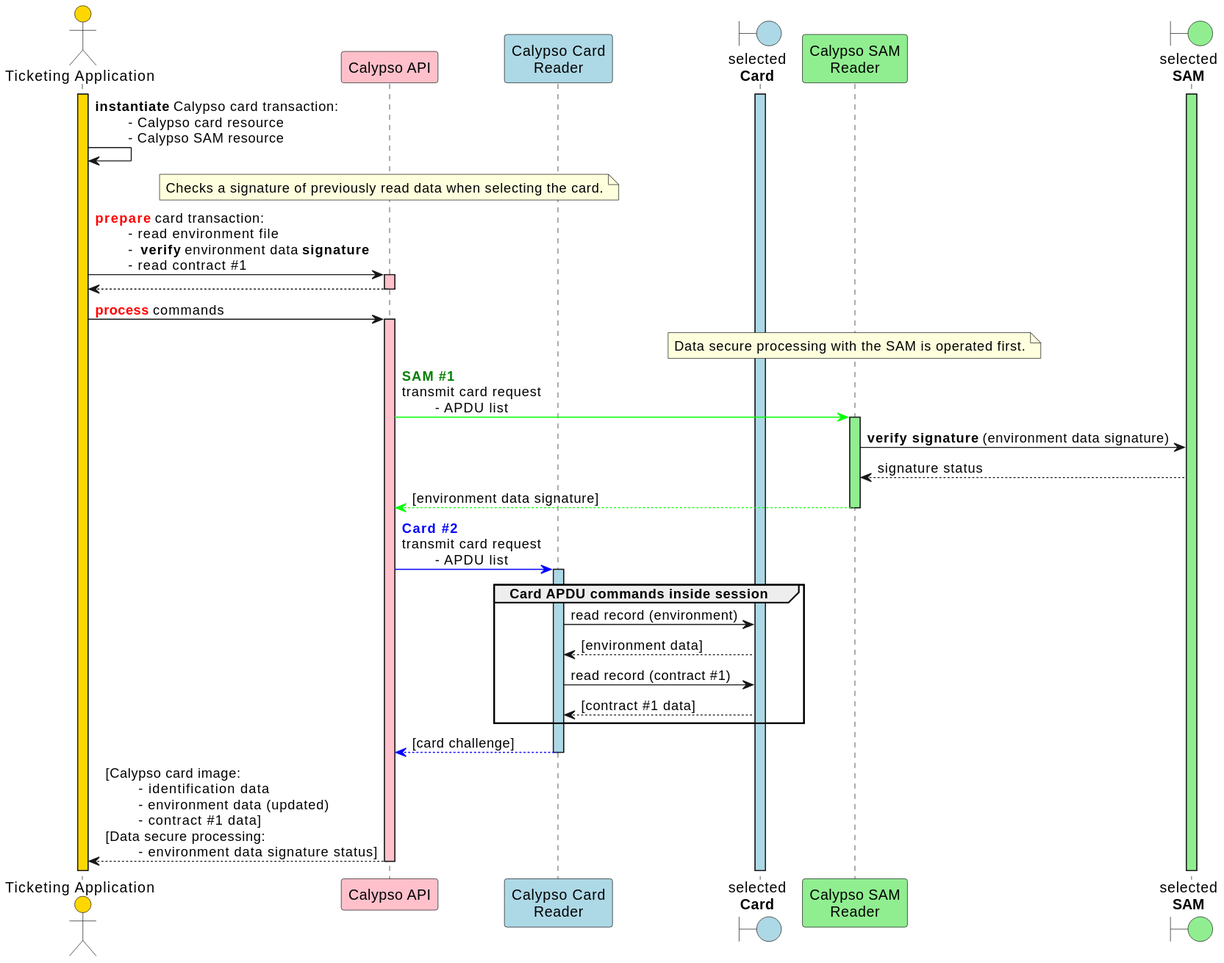
Before: static/media/apis/calypso_transaction_DSP_outside_session_sequence_diagram.svg, a diagram exported from PlantUML (calypsonet/calypsonet-terminal-api-website).
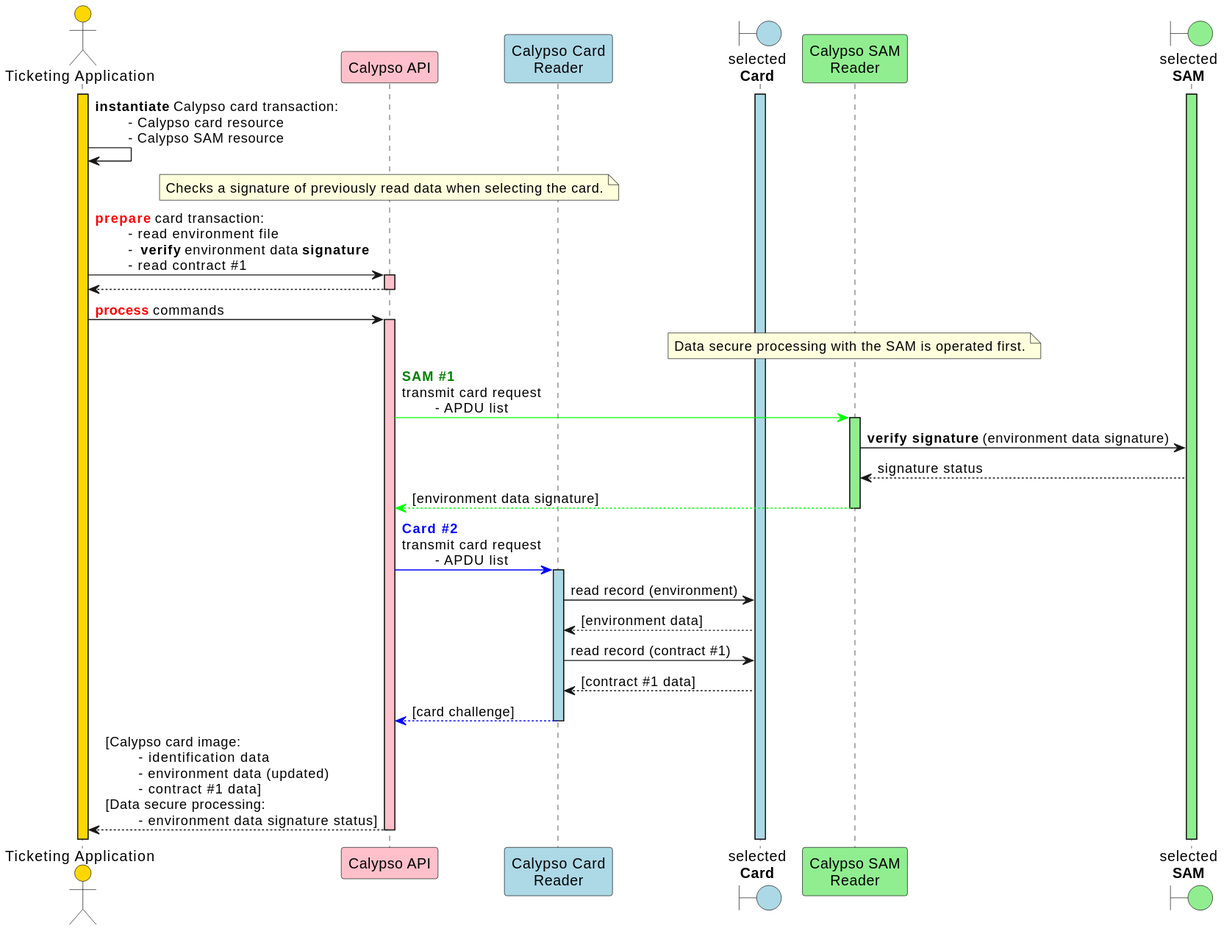
Later version of the same file.

Commit message:
Calypso embedded sequence (#7)

What changed in the source:
```diff
@@ -71,12 +71,10 @@
 capi-[#0000FF]>cardReader: <font color=blue>**Card #2**</font>\ntransmit card request\n\t- APDU list
 activate cardReader #lightBlue
 
-group Card APDU commands inside session
     cardReader->card: read record (environment)
     card-->cardReader: [environment data]
     cardReader->card: read record (contract #1)
     card-->cardReader: [contract #1 data]
-end
 
 cardReader--[#0000FF]>capi: [card challenge]
 deactivate cardReader
```
